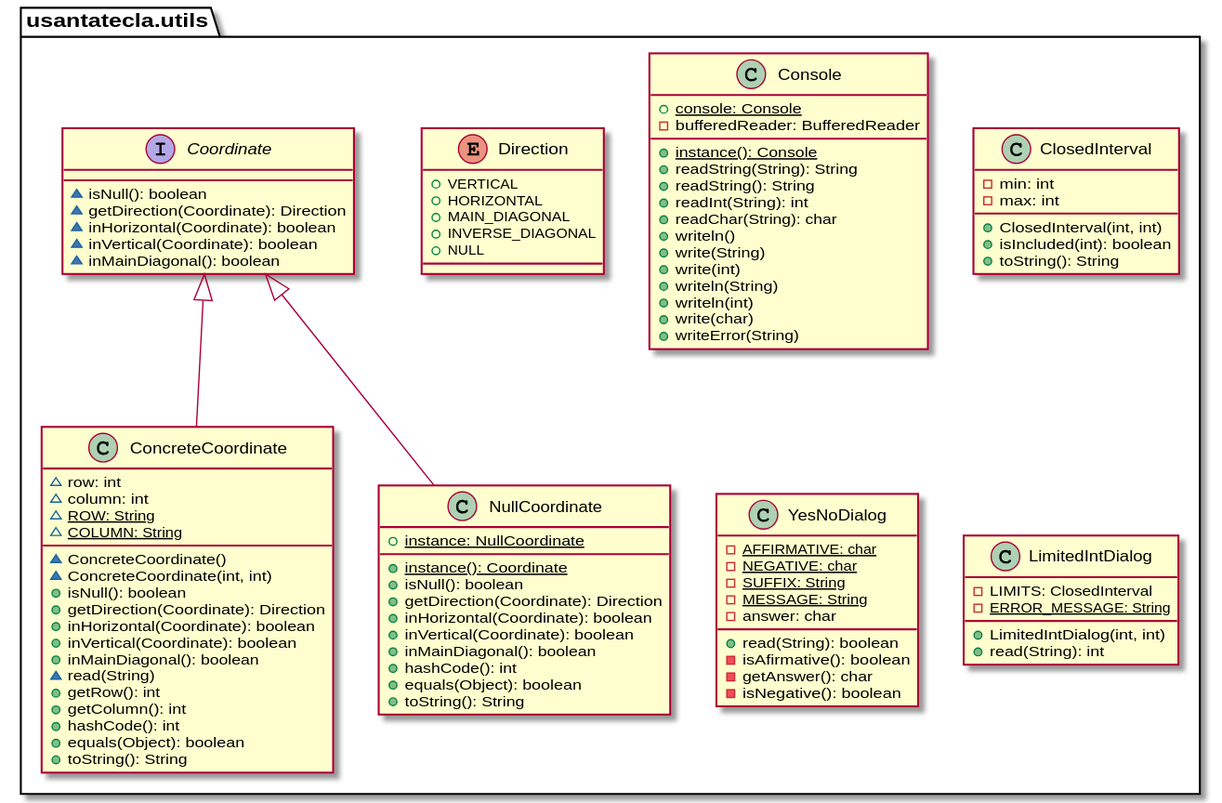
Before: domainModel/docs/diagrams/out/paquetes/utils.svg, a diagram exported from PlantUML (Jolucaa/USantaTecla-project-ticTacToe).
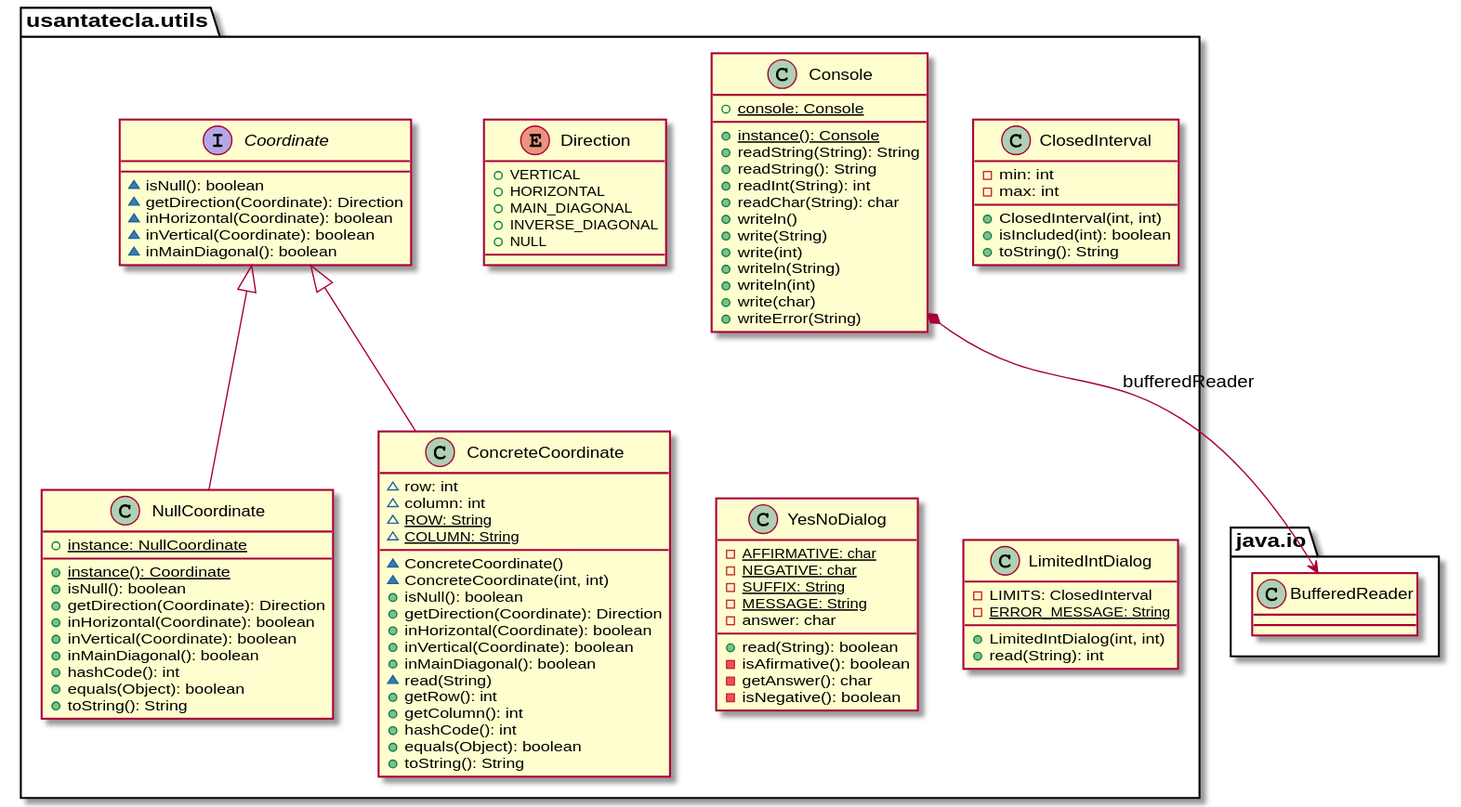
The same diagram one commit later.

Commit message:
DomainModel diagrams finished

Diff of the diagram source:
```diff
@@ -51,7 +51,6 @@
 
 class Console {
 	+ console: {static} Console
-	- bufferedReader: BufferedReader
 	+ instance(): {static} Console
 	+ readString(String): String
 	+ readString(): String
@@ -95,6 +94,6 @@
 
 Coordinate <|-down- ConcreteCoordinate
 Coordinate <|-down- NullCoordinate
-
+Console *-down-> java.io.BufferedReader : bufferedReader
 }
 @enduml
```
